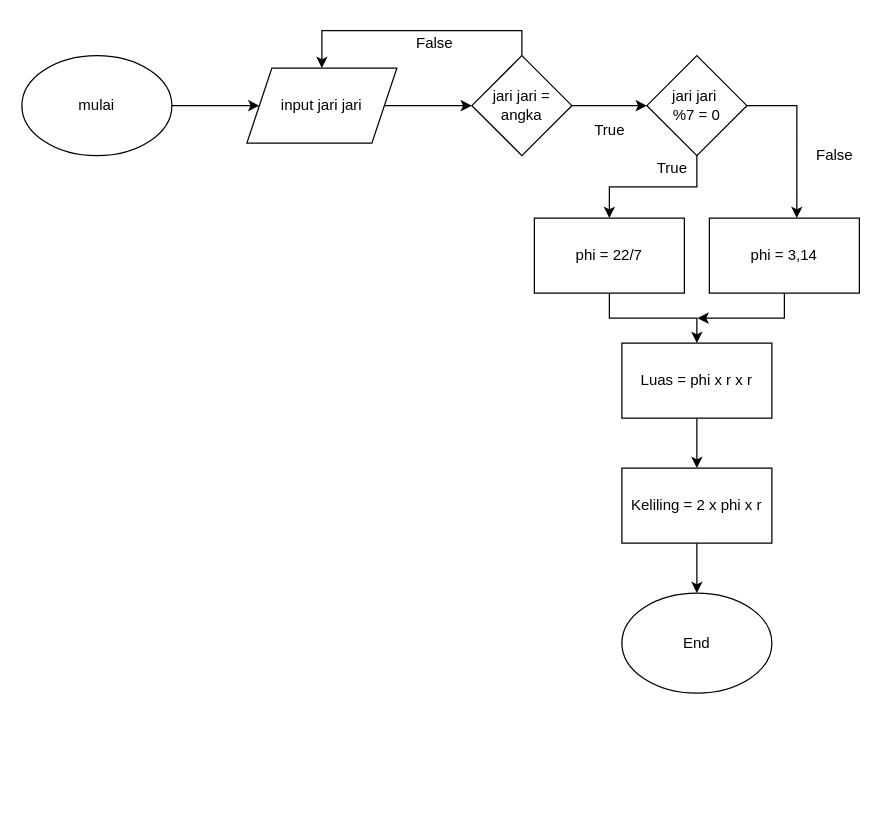
Before: Luas dan Keliling lingkaran.drawio in aviantofan/fw5-algoritma, a draw.io diagram. Source tidied: cells renumbered, new cells numbered last; positions are measured from the earlier drawing's top-left corner, leaving out a move shared by most shapes. Both pictures are drawn from the tidied source at 125%, with x=0, y=0 at pixel (21, 30).
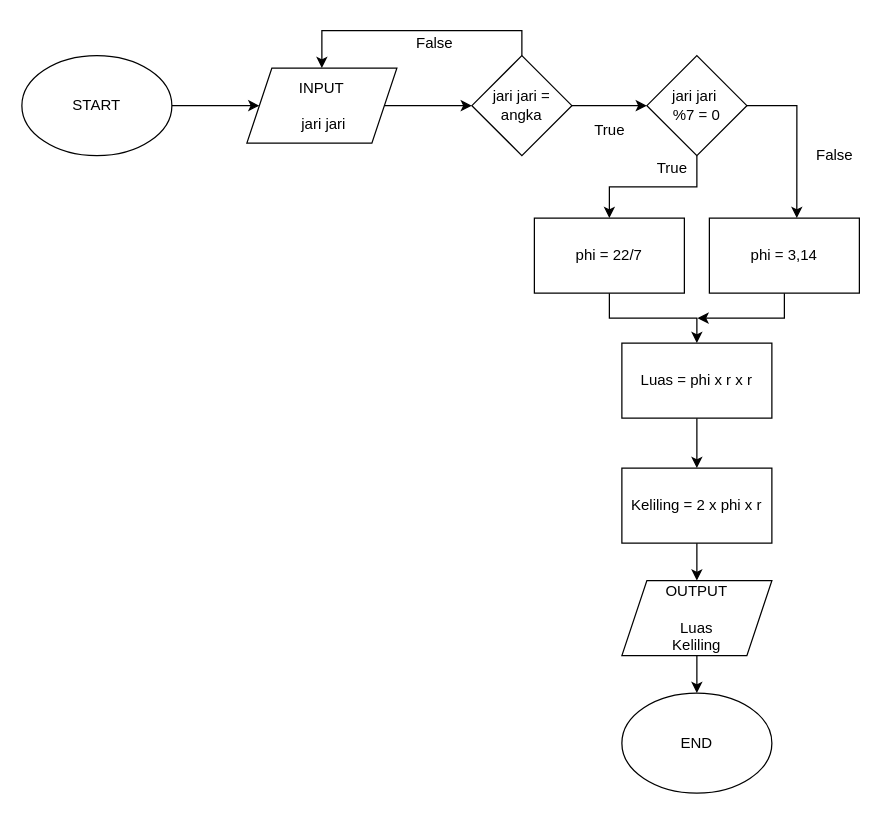
Above is the later version.

Unchanged cells that the change refers to:
```xml
<mxCell id="19" value="Keliling = 2 x phi x r" style="rounded=0;whiteSpace=wrap;html=1;" parent="1" vertex="1">
  <mxGeometry x="480" y="350" width="120" height="60" as="geometry" />
</mxCell>
```

Change to the diagram source:
```diff
@@
-    <mxCell id="3" value="mulai" style="ellipse;whiteSpace=wrap;html=1;" parent="1" vertex="1">
+    <mxCell id="3" value="START" style="ellipse;whiteSpace=wrap;html=1;" parent="1" vertex="1">
       <mxGeometry y="20" width="120" height="80" as="geometry" />
     </mxCell>
@@
-    <mxCell id="5" value="input jari jari" style="shape=parallelogram;perimeter=parallelogramPerimeter;whiteSpace=wrap;html=1;fixedSize=1;" parent="1" vertex="1">
+    <mxCell id="5" value="INPUT&lt;br&gt;&lt;br&gt;&amp;nbsp;jari jari" style="shape=parallelogram;perimeter=parallelogramPerimeter;whiteSpace=wrap;html=1;fixedSize=1;" parent="1" vertex="1">
       <mxGeometry x="180" y="30" width="120" height="60" as="geometry" />
     </mxCell>
@@
-    <mxCell id="18" style="edgeStyle=orthogonalEdgeStyle;rounded=0;jettySize=auto;html=1;exitX=0.5;exitY=1;exitDx=0;exitDy=0;entryX=0.5;entryY=0;entryDx=0;entryDy=0;" parent="1" edge="1" source="19" target="20">
-      <mxGeometry relative="1" as="geometry" />
-    </mxCell>
+    <mxCell id="25" style="edgeStyle=orthogonalEdgeStyle;rounded=0;jettySize=auto;html=1;exitX=0.5;exitY=1;exitDx=0;exitDy=0;" parent="1" edge="1" source="19" target="27">
+      <mxGeometry relative="1" as="geometry" />
+    </mxCell>
@@
-    <mxCell id="20" value="End" style="ellipse;whiteSpace=wrap;html=1;" parent="1" vertex="1">
-      <mxGeometry x="480" y="450" width="120" height="80" as="geometry" />
+    <mxCell id="20" value="END" style="ellipse;whiteSpace=wrap;html=1;" parent="1" vertex="1">
+      <mxGeometry x="480" y="530" width="120" height="80" as="geometry" />
     </mxCell>
@@
+    <mxCell id="26" style="edgeStyle=orthogonalEdgeStyle;rounded=0;jettySize=auto;html=1;exitX=0.5;exitY=1;exitDx=0;exitDy=0;entryX=0.5;entryY=0;entryDx=0;entryDy=0;" parent="1" edge="1" source="27" target="20">
+      <mxGeometry relative="1" as="geometry" />
+    </mxCell>
+    <mxCell id="27" value="OUTPUT&lt;br&gt;&lt;br&gt;Luas&lt;br&gt;Keliling" style="shape=parallelogram;perimeter=parallelogramPerimeter;whiteSpace=wrap;html=1;fixedSize=1;" parent="1" vertex="1">
+      <mxGeometry x="480" y="440" width="120" height="60" as="geometry" />
+    </mxCell>
```
